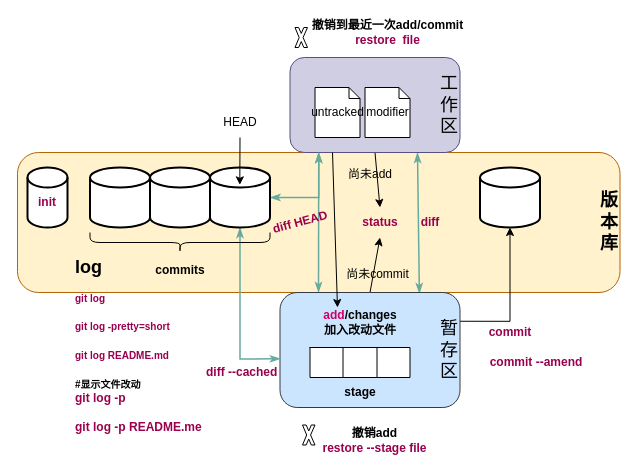
The draw.io diagram git.drawio in buyouS/draw, before the edit. Source tidied: cells renumbered, new cells numbered last; positions are measured from the earlier drawing's top-left corner, leaving out a move shared by most shapes. Both pictures are drawn from the tidied source at 100%, with x=0, y=0 at pixel (17, 17).
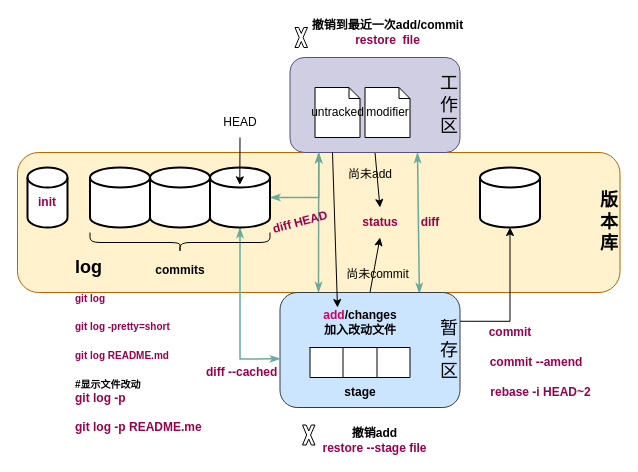
After the change.

Change to the diagram source:
```diff
@@
+    <mxCell id="46" value="&lt;b&gt;rebase -i HEAD~2&lt;/b&gt;" style="text;html=1;strokeColor=none;fillColor=none;align=center;verticalAlign=middle;whiteSpace=wrap;rounded=0;fontColor=#99004D;" parent="1" vertex="1">
+      <mxGeometry x="458.5" y="360" width="129" height="30" as="geometry" />
+    </mxCell>
```
